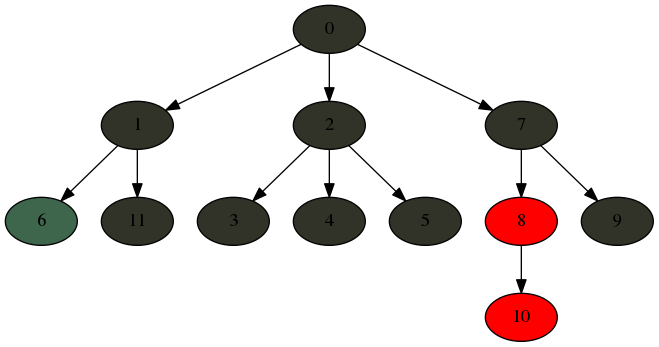
The Graphviz diagram fitch_res.png in MenshovSergey/Fitch, before a commit. Its source is kept beside it as fitch_res.dot.
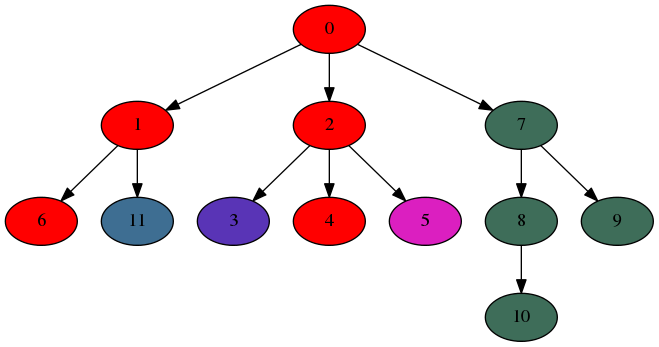
Above is the later version.

The edit, as a diff of the source:
```diff
@@ -1,25 +1,25 @@
 digraph fitch_res{
-0 [style=filled,fillcolor="0.2 0.2 0.2"]
+0 [style=filled,fillcolor="1.0 1.0 1.0"]
 0->1;
-1 [style=filled,fillcolor="0.2 0.2 0.2"]
+1 [style=filled,fillcolor="1.0 1.0 1.0"]
 1->6;
-6 [style=filled,fillcolor="0.4 0.4 0.4"]
+6 [style=filled,fillcolor="1.0 1.0 1.0"]
 1->11;
-11 [style=filled,fillcolor="0.2 0.2 0.2"]
+11 [style=filled,fillcolor="0.5714285714285714 0.5714285714285714 0.5714285714285714"]
 0->2;
-2 [style=filled,fillcolor="0.2 0.2 0.2"]
+2 [style=filled,fillcolor="1.0 1.0 1.0"]
 2->3;
-3 [style=filled,fillcolor="0.2 0.2 0.2"]
+3 [style=filled,fillcolor="0.7142857142857143 0.7142857142857143 0.7142857142857143"]
 2->4;
-4 [style=filled,fillcolor="0.2 0.2 0.2"]
+4 [style=filled,fillcolor="1.0 1.0 1.0"]
 2->5;
-5 [style=filled,fillcolor="0.2 0.2 0.2"]
+5 [style=filled,fillcolor="0.8571428571428571 0.8571428571428571 0.8571428571428571"]
 0->7;
-7 [style=filled,fillcolor="0.2 0.2 0.2"]
+7 [style=filled,fillcolor="0.42857142857142855 0.42857142857142855 0.42857142857142855"]
 7->8;
-8 [style=filled,fillcolor="1.0 1.0 1.0"]
+8 [style=filled,fillcolor="0.42857142857142855 0.42857142857142855 0.42857142857142855"]
 8->10;
-10 [style=filled,fillcolor="1.0 1.0 1.0"]
+10 [style=filled,fillcolor="0.42857142857142855 0.42857142857142855 0.42857142857142855"]
 7->9;
-9 [style=filled,fillcolor="0.2 0.2 0.2"]
+9 [style=filled,fillcolor="0.42857142857142855 0.42857142857142855 0.42857142857142855"]
 }
```
